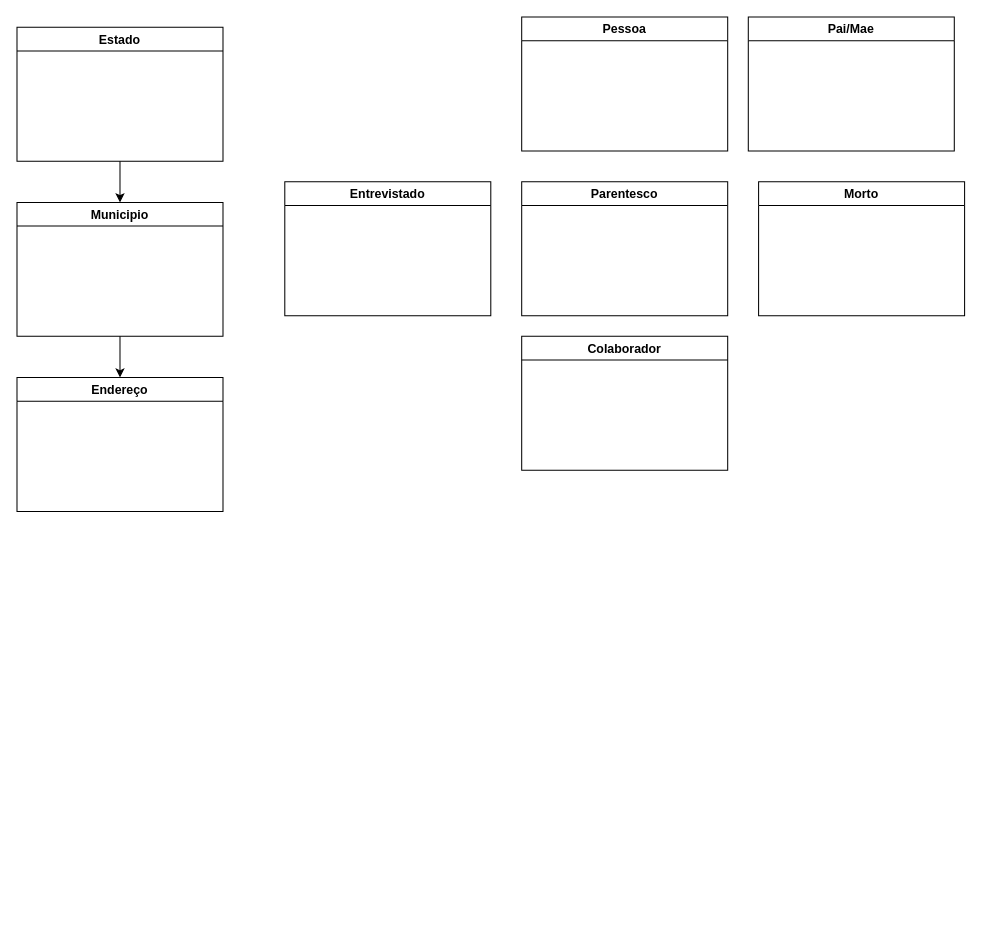
Earlier version of the draw.io diagram Current Semester/Database/Tasks/task 8/diagram.drawio (masterkey-07/college-projects). Source tidied: cells renumbered, new cells numbered last; positions are measured from the earlier drawing's top-left corner, leaving out a move shared by most shapes. Both pictures are drawn from the tidied source at 103%, with x=0, y=0 at pixel (16, 16).
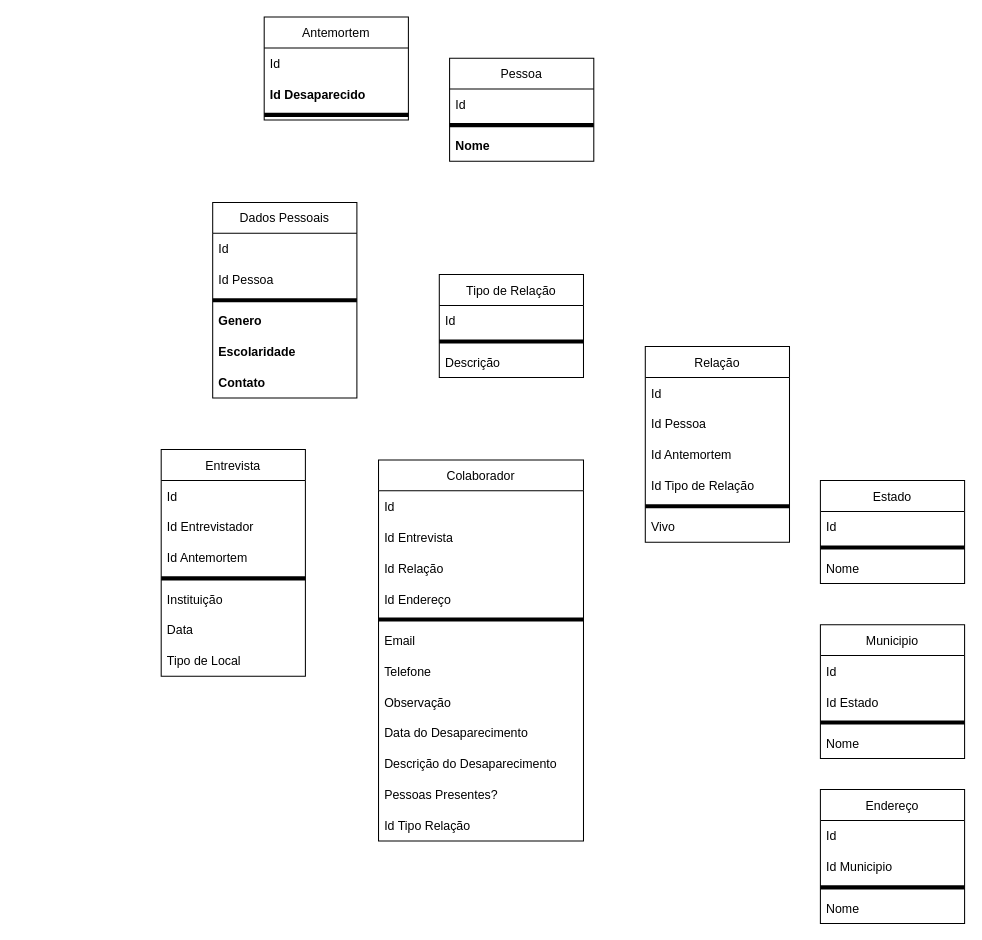
The same diagram, later.

Diff of the diagram source:
```diff
@@
-    <mxCell id="2" style="edgeStyle=none;html=1;entryX=0.5;entryY=0;entryDx=0;entryDy=0;" parent="1" edge="1" source="3" target="5">
-      <mxGeometry relative="1" as="geometry" />
-    </mxCell>
+    <mxCell id="13" value="Antemortem" style="swimlane;fontStyle=0;horizontal=1;startSize=30;" parent="1" vertex="1">
+      <mxGeometry x="240" width="140" height="100" as="geometry" />
+    </mxCell>
+    <mxCell id="14" value="Id" style="text;strokeColor=none;fillColor=none;align=left;verticalAlign=middle;spacingLeft=4;spacingRight=4;overflow=hidden;" parent="13" vertex="1">
+      <mxGeometry y="30" width="140" height="30" as="geometry" />
+    </mxCell>
+    <mxCell id="15" value="Id Desaparecido" style="text;strokeColor=none;fillColor=none;align=left;verticalAlign=middle;spacingLeft=4;spacingRight=4;overflow=hidden;fontStyle=1;" parent="13" vertex="1">
+      <mxGeometry y="60" width="140" height="30" as="geometry" />
+    </mxCell>
+    <mxCell id="16" style="line;strokeWidth=4;html=1;perimeter=backbonePerimeter;" parent="13" vertex="1">
+      <mxGeometry y="90" width="140" height="10" as="geometry" />
+    </mxCell>
+    <mxCell id="7" value="Pessoa" style="swimlane;fontStyle=0;horizontal=1;startSize=30;" parent="1" vertex="1">
+      <mxGeometry x="420" y="40" width="140" height="100" as="geometry" />
+    </mxCell>
+    <mxCell id="17" value="Id" style="text;strokeColor=none;fillColor=none;align=left;verticalAlign=middle;spacingLeft=4;spacingRight=4;overflow=hidden;" parent="7" vertex="1">
+      <mxGeometry y="30" width="140" height="30" as="geometry" />
+    </mxCell>
+    <mxCell id="18" style="line;strokeWidth=4;html=1;perimeter=backbonePerimeter;" parent="7" vertex="1">
+      <mxGeometry y="60" width="140" height="10" as="geometry" />
+    </mxCell>
+    <mxCell id="19" value="Nome" style="text;strokeColor=none;fillColor=none;align=left;verticalAlign=middle;spacingLeft=4;spacingRight=4;overflow=hidden;fontStyle=1;" parent="7" vertex="1">
+      <mxGeometry y="70" width="140" height="30" as="geometry" />
+    </mxCell>
+    <mxCell id="20" value="Dados Pessoais" style="swimlane;fontStyle=0;horizontal=1;startSize=30;" parent="1" vertex="1">
+      <mxGeometry x="190" y="180" width="140" height="190" as="geometry" />
+    </mxCell>
+    <mxCell id="21" value="Id" style="text;strokeColor=none;fillColor=none;align=left;verticalAlign=middle;spacingLeft=4;spacingRight=4;overflow=hidden;" parent="20" vertex="1">
+      <mxGeometry y="30" width="140" height="30" as="geometry" />
+    </mxCell>
+    <mxCell id="22" value="Id Pessoa" style="text;strokeColor=none;fillColor=none;align=left;verticalAlign=middle;spacingLeft=4;spacingRight=4;overflow=hidden;" parent="20" vertex="1">
+      <mxGeometry y="60" width="140" height="30" as="geometry" />
+    </mxCell>
+    <mxCell id="23" style="line;strokeWidth=4;html=1;perimeter=backbonePerimeter;" parent="20" vertex="1">
+      <mxGeometry y="90" width="140" height="10" as="geometry" />
+    </mxCell>
+    <mxCell id="24" value="Genero" style="text;strokeColor=none;fillColor=none;align=left;verticalAlign=middle;spacingLeft=4;spacingRight=4;overflow=hidden;fontStyle=1;" parent="20" vertex="1">
+      <mxGeometry y="100" width="140" height="30" as="geometry" />
+    </mxCell>
+    <mxCell id="25" value="Escolaridade" style="text;strokeColor=none;fillColor=none;align=left;verticalAlign=middle;spacingLeft=4;spacingRight=4;overflow=hidden;fontStyle=1;" parent="20" vertex="1">
+      <mxGeometry y="130" width="140" height="30" as="geometry" />
+    </mxCell>
+    <mxCell id="26" value="Contato" style="text;strokeColor=none;fillColor=none;align=left;verticalAlign=middle;spacingLeft=4;spacingRight=4;overflow=hidden;fontStyle=1;" parent="20" vertex="1">
+      <mxGeometry y="160" width="140" height="30" as="geometry" />
+    </mxCell>
+    <mxCell id="27" value="Tipo de Relação" style="swimlane;fontStyle=0;horizontal=1;startSize=30;" parent="1" vertex="1">
+      <mxGeometry x="410" y="250" width="140" height="100" as="geometry" />
+    </mxCell>
+    <mxCell id="28" value="Id" style="text;strokeColor=none;fillColor=none;align=left;verticalAlign=middle;spacingLeft=4;spacingRight=4;overflow=hidden;" parent="27" vertex="1">
+      <mxGeometry y="30" width="140" height="30" as="geometry" />
+    </mxCell>
+    <mxCell id="29" style="line;strokeWidth=4;html=1;perimeter=backbonePerimeter;" parent="27" vertex="1">
+      <mxGeometry y="60" width="140" height="10" as="geometry" />
+    </mxCell>
+    <mxCell id="30" value="Descrição" style="text;strokeColor=none;fillColor=none;align=left;verticalAlign=middle;spacingLeft=4;spacingRight=4;overflow=hidden;fontStyle=0;" parent="27" vertex="1">
+      <mxGeometry y="70" width="140" height="30" as="geometry" />
+    </mxCell>
+    <mxCell id="31" value="Relação" style="swimlane;fontStyle=0;horizontal=1;startSize=30;" parent="1" vertex="1">
+      <mxGeometry x="610" y="320" width="140" height="190" as="geometry" />
+    </mxCell>
+    <mxCell id="32" value="Id" style="text;strokeColor=none;fillColor=none;align=left;verticalAlign=middle;spacingLeft=4;spacingRight=4;overflow=hidden;" parent="31" vertex="1">
+      <mxGeometry y="30" width="140" height="30" as="geometry" />
+    </mxCell>
+    <mxCell id="33" value="Id Pessoa" style="text;strokeColor=none;fillColor=none;align=left;verticalAlign=middle;spacingLeft=4;spacingRight=4;overflow=hidden;" parent="31" vertex="1">
+      <mxGeometry y="60" width="140" height="30" as="geometry" />
+    </mxCell>
+    <mxCell id="34" value="Id Antemortem" style="text;strokeColor=none;fillColor=none;align=left;verticalAlign=middle;spacingLeft=4;spacingRight=4;overflow=hidden;" parent="31" vertex="1">
+      <mxGeometry y="90" width="140" height="30" as="geometry" />
+    </mxCell>
+    <mxCell id="35" value="Id Tipo de Relação" style="text;strokeColor=none;fillColor=none;align=left;verticalAlign=middle;spacingLeft=4;spacingRight=4;overflow=hidden;" parent="31" vertex="1">
+      <mxGeometry y="120" width="140" height="30" as="geometry" />
+    </mxCell>
+    <mxCell id="36" style="line;strokeWidth=4;html=1;perimeter=backbonePerimeter;" parent="31" vertex="1">
+      <mxGeometry y="150" width="140" height="10" as="geometry" />
+    </mxCell>
+    <mxCell id="37" value="Vivo" style="text;strokeColor=none;fillColor=none;align=left;verticalAlign=middle;spacingLeft=4;spacingRight=4;overflow=hidden;fontStyle=0;" parent="31" vertex="1">
+      <mxGeometry y="160" width="140" height="30" as="geometry" />
+    </mxCell>
+    <mxCell id="38" value="Entrevista" style="swimlane;fontStyle=0;horizontal=1;startSize=30;" parent="1" vertex="1">
+      <mxGeometry x="140" y="420" width="140" height="220" as="geometry" />
+    </mxCell>
+    <mxCell id="39" value="Id" style="text;strokeColor=none;fillColor=none;align=left;verticalAlign=middle;spacingLeft=4;spacingRight=4;overflow=hidden;" parent="38" vertex="1">
+      <mxGeometry y="30" width="140" height="30" as="geometry" />
+    </mxCell>
+    <mxCell id="40" value="Id Entrevistador" style="text;strokeColor=none;fillColor=none;align=left;verticalAlign=middle;spacingLeft=4;spacingRight=4;overflow=hidden;" parent="38" vertex="1">
+      <mxGeometry y="60" width="140" height="30" as="geometry" />
+    </mxCell>
+    <mxCell id="41" value="Id Antemortem" style="text;strokeColor=none;fillColor=none;align=left;verticalAlign=middle;spacingLeft=4;spacingRight=4;overflow=hidden;" parent="38" vertex="1">
+      <mxGeometry y="90" width="140" height="30" as="geometry" />
+    </mxCell>
+    <mxCell id="42" style="line;strokeWidth=4;html=1;perimeter=backbonePerimeter;" parent="38" vertex="1">
+      <mxGeometry y="120" width="140" height="10" as="geometry" />
+    </mxCell>
+    <mxCell id="43" value="Instituição" style="text;strokeColor=none;fillColor=none;align=left;verticalAlign=middle;spacingLeft=4;spacingRight=4;overflow=hidden;" parent="38" vertex="1">
+      <mxGeometry y="130" width="140" height="30" as="geometry" />
+    </mxCell>
+    <mxCell id="44" value="Data" style="text;strokeColor=none;fillColor=none;align=left;verticalAlign=middle;spacingLeft=4;spacingRight=4;overflow=hidden;fontStyle=0;" parent="38" vertex="1">
+      <mxGeometry y="160" width="140" height="30" as="geometry" />
+    </mxCell>
+    <mxCell id="45" value="Tipo de Local" style="text;strokeColor=none;fillColor=none;align=left;verticalAlign=middle;spacingLeft=4;spacingRight=4;overflow=hidden;fontStyle=0;" parent="38" vertex="1">
+      <mxGeometry y="190" width="140" height="30" as="geometry" />
+    </mxCell>
+    <mxCell id="12" value="Colaborador" style="swimlane;fontStyle=0;horizontal=1;startSize=30;" parent="1" vertex="1">
+      <mxGeometry x="351" y="430" width="199" height="370" as="geometry" />
+    </mxCell>
+    <mxCell id="46" value="Id" style="text;strokeColor=none;fillColor=none;align=left;verticalAlign=middle;spacingLeft=4;spacingRight=4;overflow=hidden;" parent="12" vertex="1">
+      <mxGeometry y="30" width="199" height="30" as="geometry" />
+    </mxCell>
+    <mxCell id="47" value="Id Entrevista" style="text;strokeColor=none;fillColor=none;align=left;verticalAlign=middle;spacingLeft=4;spacingRight=4;overflow=hidden;" parent="12" vertex="1">
+      <mxGeometry y="60" width="199" height="30" as="geometry" />
+    </mxCell>
+    <mxCell id="48" value="Id Relação" style="text;strokeColor=none;fillColor=none;align=left;verticalAlign=middle;spacingLeft=4;spacingRight=4;overflow=hidden;" parent="12" vertex="1">
+      <mxGeometry y="90" width="199" height="30" as="geometry" />
+    </mxCell>
+    <mxCell id="49" value="Id Endereço" style="text;strokeColor=none;fillColor=none;align=left;verticalAlign=middle;spacingLeft=4;spacingRight=4;overflow=hidden;" parent="12" vertex="1">
+      <mxGeometry y="120" width="199" height="30" as="geometry" />
+    </mxCell>
+    <mxCell id="50" style="line;strokeWidth=4;html=1;perimeter=backbonePerimeter;" parent="12" vertex="1">
+      <mxGeometry y="150" width="199" height="10" as="geometry" />
+    </mxCell>
+    <mxCell id="51" value="Email" style="text;strokeColor=none;fillColor=none;align=left;verticalAlign=middle;spacingLeft=4;spacingRight=4;overflow=hidden;" parent="12" vertex="1">
+      <mxGeometry y="160" width="199" height="30" as="geometry" />
+    </mxCell>
+    <mxCell id="52" value="Telefone" style="text;strokeColor=none;fillColor=none;align=left;verticalAlign=middle;spacingLeft=4;spacingRight=4;overflow=hidden;fontStyle=0;" parent="12" vertex="1">
+      <mxGeometry y="190" width="199" height="30" as="geometry" />
+    </mxCell>
+    <mxCell id="53" value="Observação" style="text;strokeColor=none;fillColor=none;align=left;verticalAlign=middle;spacingLeft=4;spacingRight=4;overflow=hidden;fontStyle=0;" parent="12" vertex="1">
+      <mxGeometry y="220" width="199" height="30" as="geometry" />
+    </mxCell>
+    <mxCell id="54" value="Data do Desaparecimento" style="text;strokeColor=none;fillColor=none;align=left;verticalAlign=middle;spacingLeft=4;spacingRight=4;overflow=hidden;fontStyle=0;" parent="12" vertex="1">
+      <mxGeometry y="250" width="199" height="30" as="geometry" />
+    </mxCell>
+    <mxCell id="55" value="Descrição do Desaparecimento" style="text;strokeColor=none;fillColor=none;align=left;verticalAlign=middle;spacingLeft=4;spacingRight=4;overflow=hidden;fontStyle=0;" parent="12" vertex="1">
+      <mxGeometry y="280" width="199" height="30" as="geometry" />
+    </mxCell>
+    <mxCell id="56" value="Pessoas Presentes?" style="text;strokeColor=none;fillColor=none;align=left;verticalAlign=middle;spacingLeft=4;spacingRight=4;overflow=hidden;fontStyle=0;" parent="12" vertex="1">
+      <mxGeometry y="310" width="199" height="30" as="geometry" />
+    </mxCell>
+    <mxCell id="57" value="Id Tipo Relação" style="text;strokeColor=none;fillColor=none;align=left;verticalAlign=middle;spacingLeft=4;spacingRight=4;overflow=hidden;fontStyle=0;" parent="12" vertex="1">
+      <mxGeometry y="340" width="199" height="30" as="geometry" />
+    </mxCell>
+    <mxCell id="5" value="Municipio" style="swimlane;fontStyle=0;horizontal=1;startSize=30;" parent="1" vertex="1">
+      <mxGeometry x="780" y="590" width="140" height="130" as="geometry" />
+    </mxCell>
+    <mxCell id="58" value="Id" style="text;strokeColor=none;fillColor=none;align=left;verticalAlign=middle;spacingLeft=4;spacingRight=4;overflow=hidden;" parent="5" vertex="1">
+      <mxGeometry y="30" width="140" height="30" as="geometry" />
+    </mxCell>
+    <mxCell id="59" value="Id Estado" style="text;strokeColor=none;fillColor=none;align=left;verticalAlign=middle;spacingLeft=4;spacingRight=4;overflow=hidden;" parent="5" vertex="1">
+      <mxGeometry y="60" width="140" height="30" as="geometry" />
+    </mxCell>
+    <mxCell id="60" style="line;strokeWidth=4;html=1;perimeter=backbonePerimeter;" parent="5" vertex="1">
+      <mxGeometry y="90" width="140" height="10" as="geometry" />
+    </mxCell>
+    <mxCell id="61" value="Nome" style="text;strokeColor=none;fillColor=none;align=left;verticalAlign=middle;spacingLeft=4;spacingRight=4;overflow=hidden;fontStyle=0;" parent="5" vertex="1">
+      <mxGeometry y="100" width="140" height="30" as="geometry" />
+    </mxCell>
+    <mxCell id="6" value="Endereço" style="swimlane;fontStyle=0;horizontal=1;startSize=30;" parent="1" vertex="1">
+      <mxGeometry x="780" y="750" width="140" height="130" as="geometry" />
+    </mxCell>
+    <mxCell id="62" value="Id" style="text;strokeColor=none;fillColor=none;align=left;verticalAlign=middle;spacingLeft=4;spacingRight=4;overflow=hidden;" parent="6" vertex="1">
+      <mxGeometry y="30" width="140" height="30" as="geometry" />
+    </mxCell>
+    <mxCell id="63" value="Id Municipio" style="text;strokeColor=none;fillColor=none;align=left;verticalAlign=middle;spacingLeft=4;spacingRight=4;overflow=hidden;" parent="6" vertex="1">
+      <mxGeometry y="60" width="140" height="30" as="geometry" />
+    </mxCell>
+    <mxCell id="64" style="line;strokeWidth=4;html=1;perimeter=backbonePerimeter;" parent="6" vertex="1">
+      <mxGeometry y="90" width="140" height="10" as="geometry" />
+    </mxCell>
+    <mxCell id="65" value="Nome" style="text;strokeColor=none;fillColor=none;align=left;verticalAlign=middle;spacingLeft=4;spacingRight=4;overflow=hidden;fontStyle=0;" parent="6" vertex="1">
+      <mxGeometry y="100" width="140" height="30" as="geometry" />
+    </mxCell>
-    <mxCell id="3" value="Estado" style="swimlane;" parent="1" vertex="1">
-      <mxGeometry y="10" width="200" height="130" as="geometry" />
+    <mxCell id="3" value="Estado" style="swimlane;fontStyle=0;horizontal=1;startSize=30;" parent="1" vertex="1">
+      <mxGeometry x="780" y="450" width="140" height="100" as="geometry" />
     </mxCell>
-    <mxCell id="4" style="edgeStyle=none;html=1;entryX=0.5;entryY=0;entryDx=0;entryDy=0;" parent="1" edge="1" source="5" target="6">
-      <mxGeometry relative="1" as="geometry" />
-    </mxCell>
-    <mxCell id="5" value="Municipio" style="swimlane;startSize=23;" parent="1" vertex="1">
-      <mxGeometry y="180" width="200" height="130" as="geometry" />
-    </mxCell>
-    <mxCell id="6" value="Endereço" style="swimlane;startSize=23;" parent="1" vertex="1">
-      <mxGeometry y="350" width="200" height="130" as="geometry" />
-    </mxCell>
-    <mxCell id="7" value="Pessoa" style="swimlane;" parent="1" vertex="1">
-      <mxGeometry x="490" width="200" height="130" as="geometry" />
-    </mxCell>
-    <mxCell id="8" value="Entrevistado" style="swimlane;" parent="1" vertex="1">
-      <mxGeometry x="260" y="160" width="200" height="130" as="geometry" />
-    </mxCell>
-    <mxCell id="9" value="Parentesco" style="swimlane;" parent="1" vertex="1">
-      <mxGeometry x="490" y="160" width="200" height="130" as="geometry" />
-    </mxCell>
-    <mxCell id="10" value="Morto" style="swimlane;" parent="1" vertex="1">
-      <mxGeometry x="720" y="160" width="200" height="130" as="geometry" />
-    </mxCell>
-    <mxCell id="11" value="Pai/Mae" style="swimlane;" parent="1" vertex="1">
-      <mxGeometry x="710" width="200" height="130" as="geometry" />
-    </mxCell>
-    <mxCell id="12" value="Colaborador" style="swimlane;" parent="1" vertex="1">
-      <mxGeometry x="490" y="310" width="200" height="130" as="geometry" />
-    </mxCell>
+    <mxCell id="66" value="Id" style="text;strokeColor=none;fillColor=none;align=left;verticalAlign=middle;spacingLeft=4;spacingRight=4;overflow=hidden;" parent="3" vertex="1">
+      <mxGeometry y="30" width="140" height="30" as="geometry" />
+    </mxCell>
+    <mxCell id="67" style="line;strokeWidth=4;html=1;perimeter=backbonePerimeter;" parent="3" vertex="1">
+      <mxGeometry y="60" width="140" height="10" as="geometry" />
+    </mxCell>
+    <mxCell id="68" value="Nome" style="text;strokeColor=none;fillColor=none;align=left;verticalAlign=middle;spacingLeft=4;spacingRight=4;overflow=hidden;fontStyle=0;" parent="3" vertex="1">
+      <mxGeometry y="70" width="140" height="30" as="geometry" />
+    </mxCell>
```
